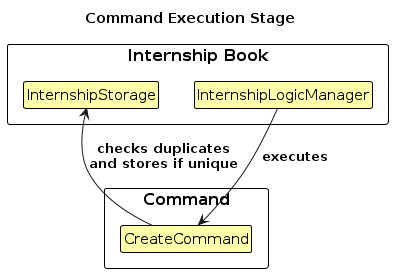
Above: diagrams/CreateCommandExecute.png in AY2324S1-CS2103T-W17-1/tp (PlantUML), before the change. Its source is kept beside it as diagrams/CreateCommandExecute.puml. The source it was exported from:
```plantuml
@startuml
!include style.puml
skinparam ClassFontColor #000000
skinparam ClassBorderColor #000000
skinparam ClassBackgroundColor #FFFFAA

title Command Execution Stage

package "Internship Book" {
    class InternshipLogicManager as "InternshipLogicManager"
    class InternshipStorage as "InternshipStorage"
}

package "Command" {
    class CreateCommand as "CreateCommand"
}

InternshipLogicManager -down-> CreateCommand : executes
CreateCommand -right-> InternshipStorage : checks duplicates\nand stores if unique

@enduml
```
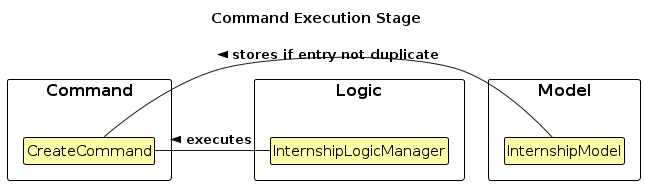
After the change.

Change to the diagram source:
```diff
@@ -6,16 +6,21 @@
 
 title Command Execution Stage
 
-package "Internship Book" {
+package "Logic" {
     class InternshipLogicManager as "InternshipLogicManager"
-    class InternshipStorage as "InternshipStorage"
+}
+
+package "Model" {
+    class InternshipModel as "InternshipModel"
 }
 
 package "Command" {
     class CreateCommand as "CreateCommand"
 }
 
-InternshipLogicManager -down-> CreateCommand : executes
-CreateCommand -right-> InternshipStorage : checks duplicates\nand stores if unique
+CreateCommand - InternshipLogicManager: executes <
+CreateCommand - InternshipModel : stores if entry not duplicate <
+InternshipModel -[hidden]up-> CreateCommand
+
 
 @enduml
```
